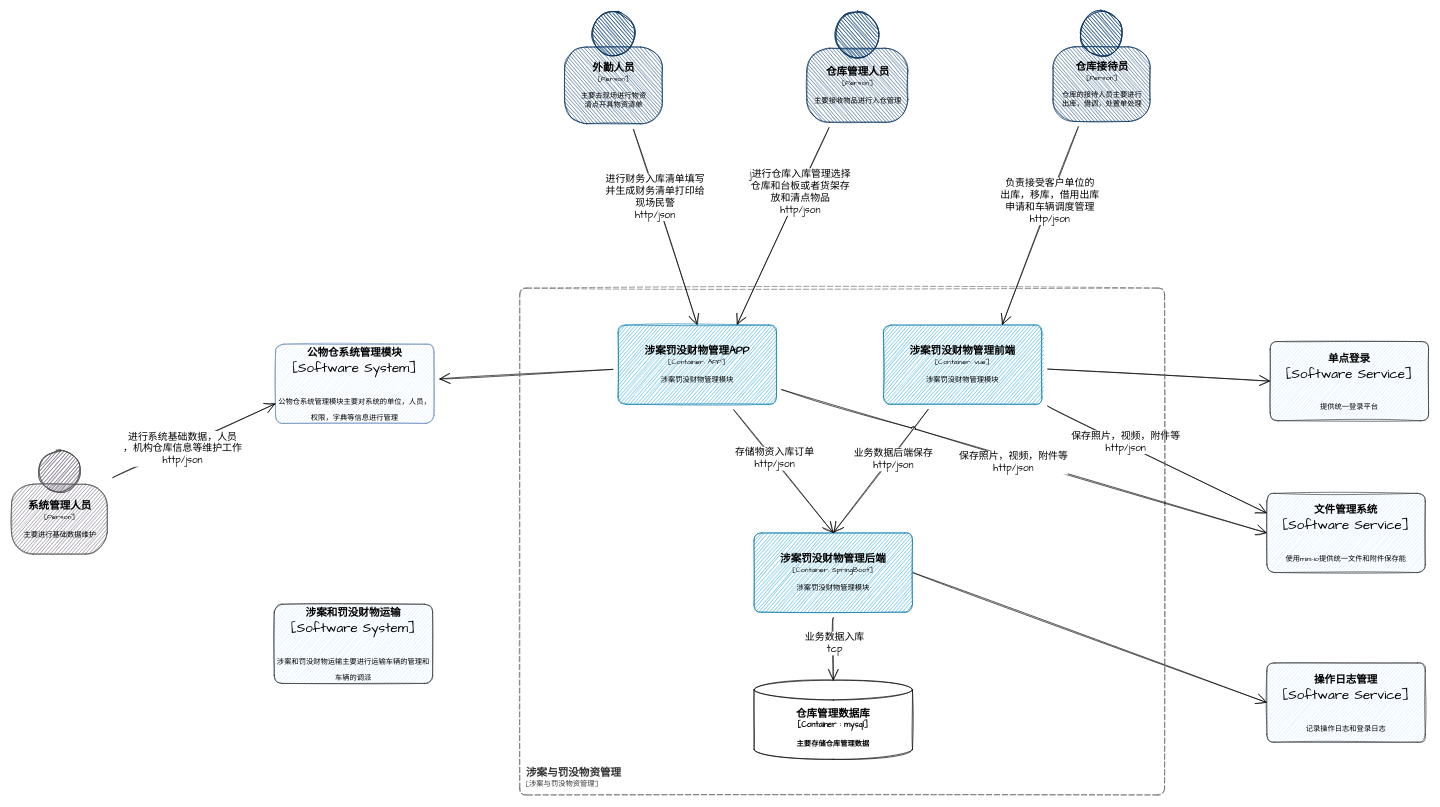
Above: page "涉案和罚没物资管理模块C4设计图" (3 of 3) of 仓库管理.drawio in chensiyu123456/drawio-files (draw.io), before the change. Source tidied: cells renumbered, new cells numbered last; positions are measured from the earlier drawing's top-left corner, leaving out a move shared by most shapes. Both pictures are drawn from the tidied source at 66%, with x=0, y=0 at pixel (11, 11).
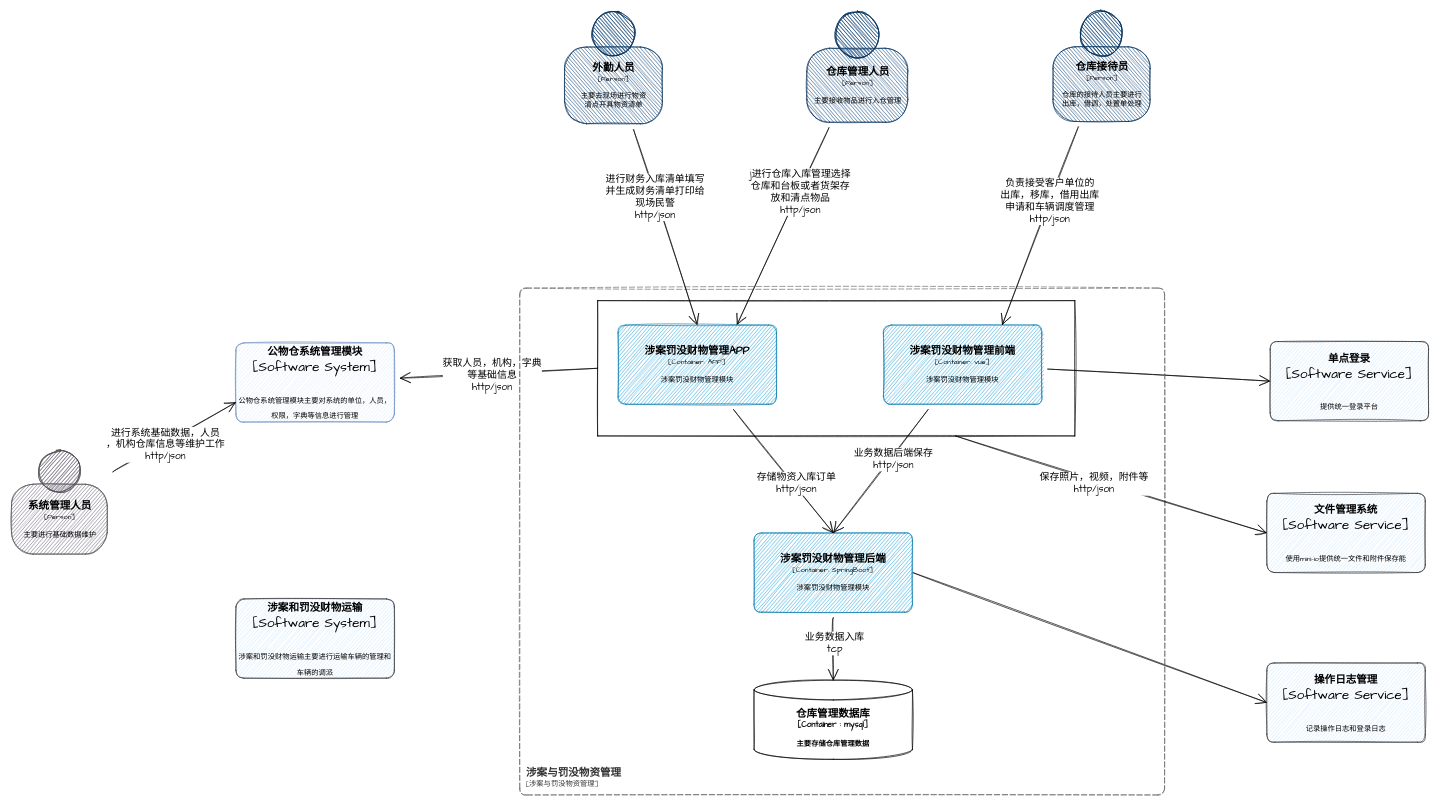
The same diagram, later.

Commit message:
更新仓库管理.drawio

Unchanged cells that the change refers to:
```xml
<object id="5" label="&lt;font style=&quot;font-size: 16px&quot;&gt;&lt;b&gt;%c4Name%&lt;/b&gt;&lt;/font&gt;&lt;div&gt;[%c4Type%: %c4Technology%]&lt;/div&gt;&lt;br&gt;&lt;div&gt;&lt;font style=&quot;font-size: 11px&quot;&gt;&lt;font&gt;%c4Description%&lt;/font&gt;&lt;/font&gt;&lt;/div&gt;" c4Description="涉案罚没财物管理模块" c4Name="涉案罚没财物管理后端" c4Technology="SpringBoot" c4Type="Container" placeholders="1">
  <mxCell style="rounded=1;whiteSpace=wrap;html=1;fontSize=11;labelBackgroundColor=none;fillColor=#23A2D9;fontColor=#000000;align=center;arcSize=10;strokeColor=#0E7DAD;points=[[0.25,0,0],[0.5,0,0],[0.75,0,0],[1,0.25,0],[1,0.5,0],[1,0.75,0],[0.75,1,0],[0.5,1,0],[0.25,1,0],[0,0.75,0],[0,0.5,0],[0,0.25,0]];sketch=1;hachureGap=4;fontFamily=Architects Daughter;" parent="1" vertex="1">
    <mxGeometry x="1125" y="790" width="240" height="120" as="geometry" />
  </mxCell>
</object>
<object id="11" label="&lt;font style=&quot;font-size: 16px&quot;&gt;&lt;b&gt;%c4Name%&lt;/b&gt;&lt;/font&gt;&lt;div&gt;[%c4Type%: %c4Technology%]&lt;/div&gt;&lt;br&gt;&lt;div&gt;&lt;font style=&quot;font-size: 11px&quot;&gt;&lt;font&gt;%c4Description%&lt;/font&gt;&lt;/font&gt;&lt;/div&gt;" c4Description="涉案罚没财物管理模块" c4Name="涉案罚没财物管理前端" c4Technology="vue" c4Type="Container" placeholders="1">
  <mxCell style="rounded=1;whiteSpace=wrap;html=1;fontSize=11;labelBackgroundColor=none;fillColor=#23A2D9;fontColor=#000000;align=center;arcSize=10;strokeColor=#0E7DAD;points=[[0.25,0,0],[0.5,0,0],[0.75,0,0],[1,0.25,0],[1,0.5,0],[1,0.75,0],[0.75,1,0],[0.5,1,0],[0.25,1,0],[0,0.75,0],[0,0.5,0],[0,0.25,0]];sketch=1;hachureGap=4;fontFamily=Architects Daughter;" parent="1" vertex="1">
    <mxGeometry x="1321" y="475" width="240" height="120" as="geometry" />
  </mxCell>
</object>
<object id="34" label="&lt;font style=&quot;font-size: 16px&quot;&gt;&lt;b&gt;%c4Name%&lt;/b&gt;&lt;/font&gt;&lt;div&gt;[%c4Type%: %c4Technology%]&lt;/div&gt;&lt;br&gt;&lt;div&gt;&lt;font style=&quot;font-size: 11px&quot;&gt;&lt;font&gt;%c4Description%&lt;/font&gt;&lt;/font&gt;&lt;/div&gt;" c4Description="涉案罚没财物管理模块" c4Name="涉案罚没财物管理APP" c4Technology="APP" c4Type="Container" placeholders="1">
  <mxCell style="rounded=1;whiteSpace=wrap;html=1;fontSize=11;labelBackgroundColor=none;fillColor=#23A2D9;fontColor=#000000;align=center;arcSize=10;strokeColor=#0E7DAD;points=[[0.25,0,0],[0.5,0,0],[0.75,0,0],[1,0.25,0],[1,0.5,0],[1,0.75,0],[0.75,1,0],[0.5,1,0],[0.25,1,0],[0,0.75,0],[0,0.5,0],[0,0.25,0]];sketch=1;hachureGap=4;fontFamily=Architects Daughter;" parent="1" vertex="1">
    <mxGeometry x="919" y="475" width="240" height="120" as="geometry" />
  </mxCell>
</object>
<object id="36" label="&lt;font style=&quot;font-size: 16px&quot;&gt;&lt;b&gt;%c4Name%&lt;/b&gt;&lt;/font&gt;&lt;div&gt;[%c4Type%]&lt;/div&gt;&lt;br&gt;&lt;div&gt;&lt;font style=&quot;font-size: 11px&quot;&gt;&lt;font&gt;%c4Description%&lt;/font&gt;&lt;/font&gt;&lt;/div&gt;" c4Description="使用mini-io提供统一文件和附件保存能" c4Name="文件管理系统" c4Type="Software Service" placeholders="1">
  <mxCell style="rounded=1;whiteSpace=wrap;html=1;labelBackgroundColor=none;fillColor=#cce5ff;align=center;arcSize=10;strokeColor=#36393d;points=[[0.25,0,0],[0.5,0,0],[0.75,0,0],[1,0.25,0],[1,0.5,0],[1,0.75,0],[0.75,1,0],[0.5,1,0],[0.25,1,0],[0,0.75,0],[0,0.5,0],[0,0.25,0]];sketch=1;hachureGap=4;fontFamily=Architects Daughter;fontSize=20;" parent="1" vertex="1">
    <mxGeometry x="1902" y="730" width="240" height="120" as="geometry" />
  </mxCell>
</object>
```

The edit, as a diff of the source:
```diff
@@
+    <mxCell id="38" style="rounded=0;whiteSpace=wrap;html=1;sketch=1;hachureGap=4;fontFamily=Architects Daughter;fontSize=15;fontColor=#000000;" parent="1" vertex="1">
+      <mxGeometry x="888" y="438" width="723" height="205" as="geometry" />
+    </mxCell>
@@
-    <mxCell id="9" style="edgeStyle=none;curved=1;rounded=0;sketch=1;hachureGap=4;jettySize=auto;html=1;entryX=0;entryY=0.25;entryDx=0;entryDy=0;entryPerimeter=0;fontFamily=Architects Daughter;fontSize=15;fontColor=#000000;startArrow=none;startFill=0;endArrow=open;endFill=0;startSize=14;endSize=14;sourcePerimeterSpacing=8;targetPerimeterSpacing=8;" parent="1" edge="1" source="11" target="36">
-      <mxGeometry relative="1" as="geometry" />
-    </mxCell>
-    <mxCell id="10" value="保存照片，视频，附件等&lt;br&gt;http/json" style="edgeLabel;html=1;align=center;verticalAlign=middle;fontSize=15;fontFamily=Architects Daughter;fontColor=#000000;" parent="9" vertex="1">
-      <mxGeometry x="-0.3" y="3" relative="1" as="geometry" />
-    </mxCell>
@@
-    <mxCell id="12" style="edgeStyle=none;curved=1;rounded=0;sketch=1;hachureGap=4;jettySize=auto;html=1;fontFamily=Architects Daughter;fontSize=15;fontColor=#000000;endArrow=none;startSize=14;endSize=14;sourcePerimeterSpacing=8;targetPerimeterSpacing=8;endFill=0;startArrow=open;startFill=0;" parent="1" edge="1" source="13" target="34">
+    <mxCell id="12" style="edgeStyle=none;curved=1;rounded=0;sketch=1;hachureGap=4;jettySize=auto;html=1;fontFamily=Architects Daughter;fontSize=15;fontColor=#000000;endArrow=none;startSize=14;endSize=14;sourcePerimeterSpacing=8;targetPerimeterSpacing=8;endFill=0;startArrow=open;startFill=0;entryX=0;entryY=0.5;entryDx=0;entryDy=0;" parent="1" edge="1" source="13" target="38">
       <mxGeometry relative="1" as="geometry" />
     </mxCell>
+    <mxCell id="39" value="获取人员，机构，字典&lt;br&gt;等基础信息&lt;br&gt;http/json" style="edgeLabel;html=1;align=center;verticalAlign=middle;fontSize=15;fontFamily=Architects Daughter;fontColor=#000000;" parent="12" vertex="1">
+      <mxGeometry x="-0.06" y="-2" relative="1" as="geometry">
+        <mxPoint x="-1" as="offset" />
+      </mxGeometry>
+    </mxCell>
     <object id="13" label="&lt;font style=&quot;font-size: 16px&quot;&gt;&lt;b&gt;%c4Name%&lt;/b&gt;&lt;/font&gt;&lt;div&gt;[%c4Type%]&lt;/div&gt;&lt;br&gt;&lt;div&gt;&lt;font style=&quot;font-size: 11px&quot;&gt;&lt;font&gt;%c4Description%&lt;/font&gt;&lt;/font&gt;&lt;/div&gt;" c4Description="公物仓系统管理模块主要对系统的单位，人员，权限，字典等信息进行管理" c4Name="公物仓系统管理模块" c4Type="Software System" placeholders="1">
       <mxCell style="rounded=1;whiteSpace=wrap;html=1;labelBackgroundColor=none;fillColor=#dae8fc;align=center;arcSize=10;strokeColor=#6c8ebf;points=[[0.25,0,0],[0.5,0,0],[0.75,0,0],[1,0.25,0],[1,0.5,0],[1,0.75,0],[0.75,1,0],[0.5,1,0],[0.25,1,0],[0,0.75,0],[0,0.5,0],[0,0.25,0]];sketch=1;hachureGap=4;fontFamily=Architects Daughter;fontSize=20;" parent="1" vertex="1">
-        <mxGeometry x="400" y="504" width="240" height="120" as="geometry" />
+        <mxGeometry x="340" y="502" width="240" height="120" as="geometry" />
       </mxCell>
     </object>
     <object id="14" label="&lt;font style=&quot;font-size: 16px&quot;&gt;&lt;b&gt;%c4Name%&lt;/b&gt;&lt;/font&gt;&lt;div&gt;[%c4Type%]&lt;/div&gt;&lt;br&gt;&lt;div&gt;&lt;font style=&quot;font-size: 11px&quot;&gt;&lt;font&gt;%c4Description%&lt;/font&gt;&lt;/font&gt;&lt;/div&gt;" c4Description="涉案和罚没财物运输主要进行运输车辆的管理和车辆的调派" c4Name="涉案和罚没财物运输" c4Type="Software System" placeholders="1">
       <mxCell style="rounded=1;whiteSpace=wrap;html=1;labelBackgroundColor=none;fillColor=#cce5ff;align=center;arcSize=10;strokeColor=#36393d;sketch=1;hachureGap=4;fontFamily=Architects Daughter;fontSize=20;" parent="1" vertex="1">
-        <mxGeometry x="398" y="898" width="240" height="120" as="geometry" />
+        <mxGeometry x="340" y="890" width="240" height="120" as="geometry" />
       </mxCell>
     </object>
@@
-    <mxCell id="29" style="edgeStyle=none;curved=1;rounded=0;sketch=1;hachureGap=4;jettySize=auto;html=1;fontFamily=Architects Daughter;fontSize=15;fontColor=#000000;endArrow=open;startSize=14;endSize=14;sourcePerimeterSpacing=8;targetPerimeterSpacing=8;entryX=0.5;entryY=0;entryDx=0;entryDy=0;entryPerimeter=0;" parent="1" edge="1" source="34" target="5">
+    <mxCell id="29" style="edgeStyle=none;rounded=0;sketch=1;hachureGap=4;jettySize=auto;html=1;fontFamily=Architects Daughter;fontSize=15;fontColor=#000000;endArrow=open;startSize=14;endSize=14;sourcePerimeterSpacing=8;targetPerimeterSpacing=8;entryX=0.5;entryY=0;entryDx=0;entryDy=0;entryPerimeter=0;jumpStyle=arc;" parent="1" edge="1" source="34" target="5">
       <mxGeometry relative="1" as="geometry" />
     </mxCell>
     <mxCell id="30" value="存储物资入库订单&lt;br&gt;http/json" style="edgeLabel;html=1;align=center;verticalAlign=middle;fontSize=15;fontFamily=Architects Daughter;fontColor=#000000;" parent="29" vertex="1">
-      <mxGeometry x="-0.2" y="2" relative="1" as="geometry" />
+      <mxGeometry x="-0.2" y="2" relative="1" as="geometry">
+        <mxPoint x="33" y="38" as="offset" />
+      </mxGeometry>
     </mxCell>
-    <mxCell id="31" style="edgeStyle=none;rounded=0;sketch=1;hachureGap=4;jumpStyle=arc;jettySize=auto;html=1;entryX=0;entryY=0.5;entryDx=0;entryDy=0;entryPerimeter=0;labelBackgroundColor=none;fontFamily=Architects Daughter;fontSize=15;fontColor=#000000;startArrow=none;startFill=0;endArrow=open;endFill=0;startSize=14;endSize=14;sourcePerimeterSpacing=8;targetPerimeterSpacing=8;" parent="1" edge="1" source="34" target="36">
+    <mxCell id="31" style="edgeStyle=none;rounded=0;sketch=1;hachureGap=4;jumpStyle=arc;jettySize=auto;html=1;entryX=0;entryY=0.5;entryDx=0;entryDy=0;entryPerimeter=0;labelBackgroundColor=none;fontFamily=Architects Daughter;fontSize=15;fontColor=#000000;startArrow=none;startFill=0;endArrow=open;endFill=0;startSize=14;endSize=14;sourcePerimeterSpacing=8;targetPerimeterSpacing=8;exitX=0.75;exitY=1;exitDx=0;exitDy=0;" parent="1" edge="1" source="38" target="36">
       <mxGeometry relative="1" as="geometry" />
     </mxCell>
```
